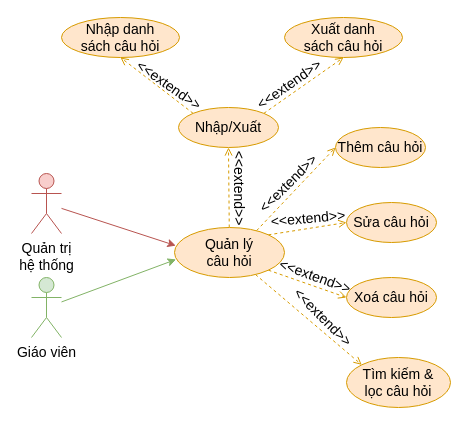
Earlier version of the draw.io diagram document/temp/draw/usecase_phanra/usecase_nganhangcauhoi.drawio (copecute/Edudex-Quiz). Source tidied: cells renumbered, new cells numbered last; positions are measured from the earlier drawing's top-left corner, leaving out a move shared by most shapes. Both pictures are drawn from the tidied source at 100%, with x=0, y=0 at pixel (31, 17).
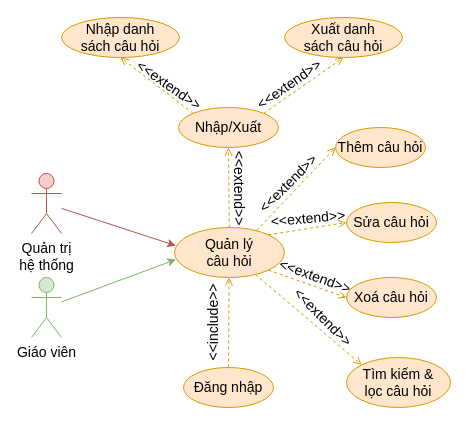
The same diagram, later.

What changed in the source:
```diff
@@
+    <mxCell id="28" style="rounded=0;jettySize=auto;html=1;exitX=0.5;exitY=0;exitDx=0;exitDy=0;entryX=0.5;entryY=1;entryDx=0;entryDy=0;fillColor=#ffe6cc;strokeColor=#d79b00;endArrow=open;endFill=0;dashed=1;" parent="1" edge="1" source="29">
+      <mxGeometry relative="1" as="geometry">
+        <mxPoint x="197.5" y="260" as="targetPoint" />
+      </mxGeometry>
+    </mxCell>
+    <mxCell id="29" value="Đăng nhập" style="ellipse;whiteSpace=wrap;html=1;fillColor=#ffe6cc;strokeColor=#d79b00;fontSize=14;" parent="1" vertex="1">
+      <mxGeometry x="152" y="350" width="90" height="40" as="geometry" />
+    </mxCell>
+    <mxCell id="30" value="&lt;font&gt;&amp;lt;&amp;lt;include&amp;gt;&amp;gt;&lt;/font&gt;" style="text;html=1;strokeColor=none;fillColor=none;align=center;verticalAlign=middle;whiteSpace=wrap;rounded=0;rotation=-90;fontSize=14;" parent="1" vertex="1">
+      <mxGeometry x="152" y="290" width="60" height="30" as="geometry" />
+    </mxCell>
```
